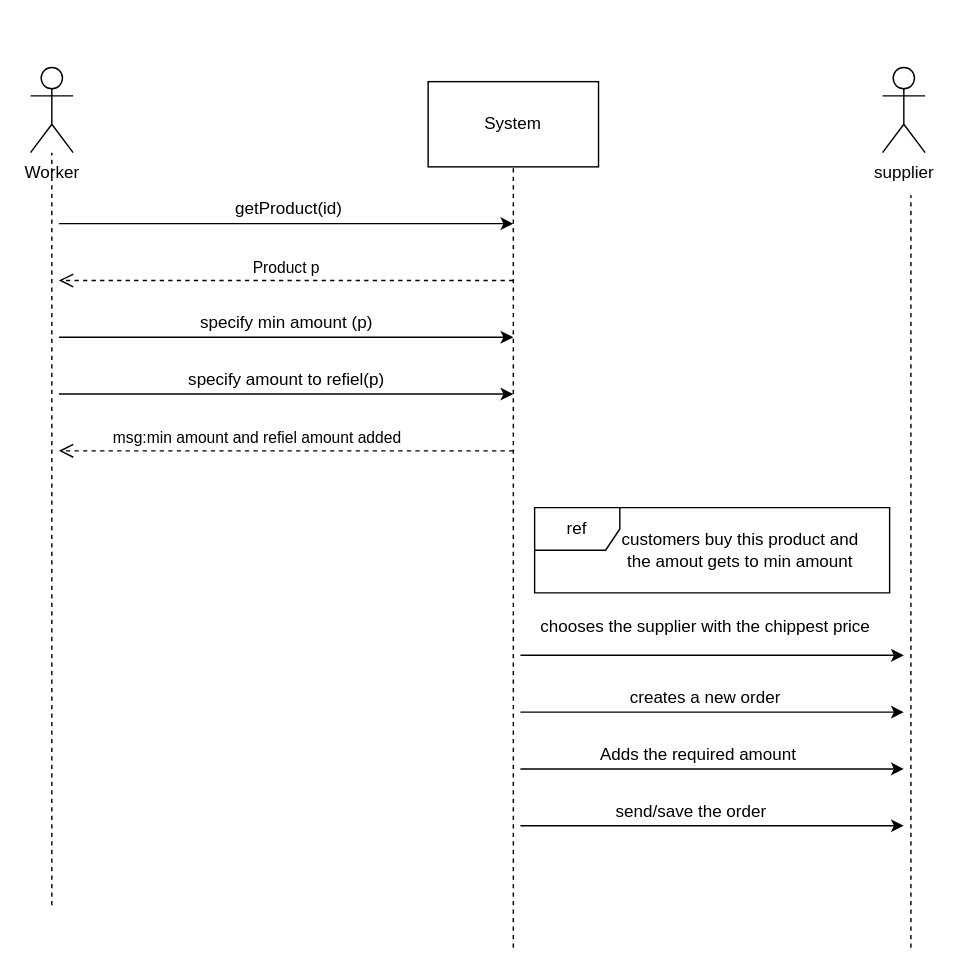
Above: docs/use case diagram/sequence diagram scenario f.drawio in Naveavra/Market (draw.io), before the change. Source tidied: cells renumbered, new cells numbered last; positions are measured from the earlier drawing's top-left corner, leaving out a move shared by most shapes. Both pictures are drawn from the tidied source at 142%, with x=0, y=0 at pixel (30, 67).
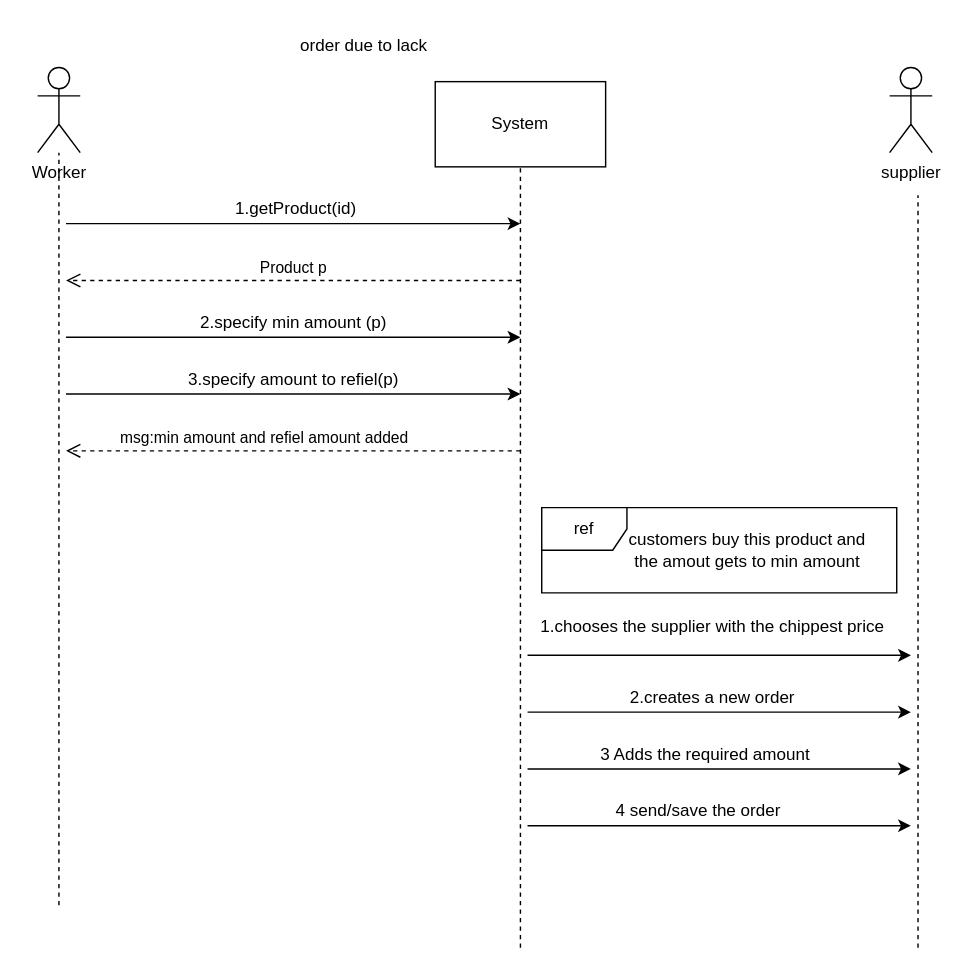
The same diagram, later.

The edit, as a diff of the source:
```diff
@@
     <mxCell id="2" value="Worker" style="shape=umlActor;verticalLabelPosition=bottom;verticalAlign=top;html=1;outlineConnect=0;" parent="1" vertex="1">
-      <mxGeometry width="30" height="60" as="geometry" />
+      <mxGeometry x="5" width="30" height="60" as="geometry" />
     </mxCell>
     <mxCell id="3" value="System" style="rounded=0;whiteSpace=wrap;html=1;" parent="1" vertex="1">
-      <mxGeometry x="280" y="10" width="120" height="60" as="geometry" />
+      <mxGeometry x="285" y="10" width="120" height="60" as="geometry" />
     </mxCell>
     <mxCell id="4" style="endArrow=none;dashed=1;html=1;rounded=0;" parent="1" edge="1" target="2">
       <mxGeometry relative="1" as="geometry">
-        <mxPoint x="15" y="590" as="sourcePoint" />
+        <mxPoint x="20" y="590" as="sourcePoint" />
       </mxGeometry>
     </mxCell>
     <mxCell id="5" style="endArrow=none;dashed=1;html=1;rounded=0;entryX=0.5;entryY=1;entryDx=0;entryDy=0;" parent="1" edge="1" target="3">
       <mxGeometry relative="1" as="geometry">
-        <mxPoint x="340" y="620" as="sourcePoint" />
+        <mxPoint x="345" y="620" as="sourcePoint" />
       </mxGeometry>
     </mxCell>
     <mxCell id="6" style="endArrow=classic;html=1;rounded=0;" parent="1" edge="1">
       <mxGeometry relative="1" as="geometry">
-        <mxPoint x="20" y="110" as="sourcePoint" />
-        <mxPoint x="340" y="110" as="targetPoint" />
+        <mxPoint x="25" y="110" as="sourcePoint" />
+        <mxPoint x="345" y="110" as="targetPoint" />
       </mxGeometry>
     </mxCell>
-    <mxCell id="7" value="&amp;nbsp;getProduct(id)" style="text;html=1;align=center;verticalAlign=middle;strokeColor=none;fillColor=none;" parent="1" vertex="1">
-      <mxGeometry x="135" y="90" width="90" height="20" as="geometry" />
+    <mxCell id="7" value="&amp;nbsp;1.getProduct(id)" style="text;html=1;align=center;verticalAlign=middle;strokeColor=none;fillColor=none;" parent="1" vertex="1">
+      <mxGeometry x="135" y="90" width="100" height="20" as="geometry" />
     </mxCell>
     <mxCell id="8" style="endArrow=classic;html=1;rounded=0;" parent="1" edge="1">
       <mxGeometry relative="1" as="geometry">
-        <mxPoint x="20" y="190" as="sourcePoint" />
-        <mxPoint x="340" y="190" as="targetPoint" />
+        <mxPoint x="25" y="190" as="sourcePoint" />
+        <mxPoint x="345" y="190" as="targetPoint" />
       </mxGeometry>
     </mxCell>
-    <mxCell id="9" value="specify min amount (p)" style="text;html=1;align=center;verticalAlign=middle;strokeColor=none;fillColor=none;" parent="1" vertex="1">
-      <mxGeometry x="110" y="170" width="140" height="20" as="geometry" />
+    <mxCell id="9" value="2.specify min amount (p)" style="text;html=1;align=center;verticalAlign=middle;strokeColor=none;fillColor=none;" parent="1" vertex="1">
+      <mxGeometry x="110" y="170" width="150" height="20" as="geometry" />
     </mxCell>
     <mxCell id="10" style="endArrow=none;dashed=1;html=1;rounded=0;" parent="1" edge="1">
       <mxGeometry relative="1" as="geometry">
-        <mxPoint x="620" y="620" as="sourcePoint" />
-        <mxPoint x="620" y="90" as="targetPoint" />
+        <mxPoint x="625" y="620" as="sourcePoint" />
+        <mxPoint x="625" y="90" as="targetPoint" />
       </mxGeometry>
     </mxCell>
     <mxCell id="11" style="endArrow=classic;html=1;rounded=0;" parent="1" edge="1">
       <mxGeometry relative="1" as="geometry">
-        <mxPoint x="345" y="414" as="sourcePoint" />
-        <mxPoint x="615" y="414" as="targetPoint" />
+        <mxPoint x="350" y="414" as="sourcePoint" />
+        <mxPoint x="620" y="414" as="targetPoint" />
       </mxGeometry>
     </mxCell>
-    <mxCell id="12" value="chooses the supplier with the chippest price" style="text;html=1;align=center;verticalAlign=middle;strokeColor=none;fillColor=none;" parent="1" vertex="1">
-      <mxGeometry x="350" y="384" width="250" height="20" as="geometry" />
+    <mxCell id="12" value="1.chooses the supplier with the chippest price" style="text;html=1;align=center;verticalAlign=middle;strokeColor=none;fillColor=none;" parent="1" vertex="1">
+      <mxGeometry x="350" y="384" width="260" height="20" as="geometry" />
     </mxCell>
     <mxCell id="13" style="endArrow=classic;html=1;rounded=0;" parent="1" edge="1">
       <mxGeometry relative="1" as="geometry">
-        <mxPoint x="345" y="454" as="sourcePoint" />
-        <mxPoint x="615" y="454" as="targetPoint" />
+        <mxPoint x="350" y="454" as="sourcePoint" />
+        <mxPoint x="620" y="454" as="targetPoint" />
       </mxGeometry>
     </mxCell>
-    <mxCell id="14" value="creates a new order" style="text;html=1;align=center;verticalAlign=middle;strokeColor=none;fillColor=none;" parent="1" vertex="1">
-      <mxGeometry x="415" y="434" width="120" height="20" as="geometry" />
+    <mxCell id="14" value="2.creates a new order" style="text;html=1;align=center;verticalAlign=middle;strokeColor=none;fillColor=none;" parent="1" vertex="1">
+      <mxGeometry x="415" y="434" width="130" height="20" as="geometry" />
     </mxCell>
     <mxCell id="15" style="endArrow=classic;html=1;rounded=0;" parent="1" edge="1">
       <mxGeometry relative="1" as="geometry">
-        <mxPoint x="345" y="494" as="sourcePoint" />
-        <mxPoint x="615" y="494" as="targetPoint" />
+        <mxPoint x="350" y="494" as="sourcePoint" />
+        <mxPoint x="620" y="494" as="targetPoint" />
       </mxGeometry>
     </mxCell>
-    <mxCell id="16" value="Adds the required amount" style="text;html=1;align=center;verticalAlign=middle;strokeColor=none;fillColor=none;" parent="1" vertex="1">
-      <mxGeometry x="395" y="474" width="150" height="20" as="geometry" />
+    <mxCell id="16" value="3 Adds the required amount" style="text;html=1;align=center;verticalAlign=middle;strokeColor=none;fillColor=none;" parent="1" vertex="1">
+      <mxGeometry x="395" y="474" width="160" height="20" as="geometry" />
     </mxCell>
     <mxCell id="17" style="endArrow=classic;html=1;rounded=0;" parent="1" edge="1">
       <mxGeometry relative="1" as="geometry">
-        <mxPoint x="345" y="534" as="sourcePoint" />
-        <mxPoint x="615" y="534" as="targetPoint" />
+        <mxPoint x="350" y="534" as="sourcePoint" />
+        <mxPoint x="620" y="534" as="targetPoint" />
       </mxGeometry>
     </mxCell>
-    <mxCell id="18" value="send/save the order" style="text;html=1;align=center;verticalAlign=middle;strokeColor=none;fillColor=none;" parent="1" vertex="1">
-      <mxGeometry x="405" y="514" width="120" height="20" as="geometry" />
+    <mxCell id="18" value="4 send/save the order" style="text;html=1;align=center;verticalAlign=middle;strokeColor=none;fillColor=none;" parent="1" vertex="1">
+      <mxGeometry x="405" y="514" width="130" height="20" as="geometry" />
     </mxCell>
     <mxCell id="19" value="supplier" style="shape=umlActor;verticalLabelPosition=bottom;verticalAlign=top;html=1;" parent="1" vertex="1">
-      <mxGeometry x="600" width="30" height="60" as="geometry" />
+      <mxGeometry x="605" width="30" height="60" as="geometry" />
     </mxCell>
     <mxCell id="20" value="Product p" style="html=1;verticalAlign=bottom;endArrow=open;dashed=1;endSize=8;rounded=0;" parent="1" edge="1">
       <mxGeometry relative="1" as="geometry">
-        <mxPoint x="340" y="150" as="sourcePoint" />
-        <mxPoint x="20" y="150" as="targetPoint" />
+        <mxPoint x="345" y="150" as="sourcePoint" />
+        <mxPoint x="25" y="150" as="targetPoint" />
       </mxGeometry>
     </mxCell>
     <mxCell id="21" style="endArrow=classic;html=1;rounded=0;" parent="1" edge="1">
       <mxGeometry relative="1" as="geometry">
-        <mxPoint x="20" y="230" as="sourcePoint" />
-        <mxPoint x="340" y="230" as="targetPoint" />
+        <mxPoint x="25" y="230" as="sourcePoint" />
+        <mxPoint x="345" y="230" as="targetPoint" />
       </mxGeometry>
     </mxCell>
-    <mxCell id="22" value="specify amount to refiel(p)" style="text;html=1;align=center;verticalAlign=middle;strokeColor=none;fillColor=none;" parent="1" vertex="1">
-      <mxGeometry x="105" y="210" width="150" height="20" as="geometry" />
+    <mxCell id="22" value="3.specify amount to refiel(p)" style="text;html=1;align=center;verticalAlign=middle;strokeColor=none;fillColor=none;" parent="1" vertex="1">
+      <mxGeometry x="105" y="210" width="160" height="20" as="geometry" />
     </mxCell>
     <mxCell id="23" value="msg:min amount and refiel amount added&amp;nbsp;" style="html=1;verticalAlign=bottom;endArrow=open;dashed=1;endSize=8;rounded=0;" parent="1" edge="1">
       <mxGeometry x="0.12" relative="1" as="geometry">
-        <mxPoint x="340" y="270" as="sourcePoint" />
-        <mxPoint x="20" y="270" as="targetPoint" />
+        <mxPoint x="345" y="270" as="sourcePoint" />
+        <mxPoint x="25" y="270" as="targetPoint" />
         <Array as="points">
-          <mxPoint x="190" y="270" />
+          <mxPoint x="195" y="270" />
         </Array>
       </mxGeometry>
     </mxCell>
     <mxCell id="24" value="ref" style="shape=umlFrame;whiteSpace=wrap;html=1;" parent="1" vertex="1">
-      <mxGeometry x="355" y="310" width="250" height="60" as="geometry" />
+      <mxGeometry x="360" y="310" width="250" height="60" as="geometry" />
     </mxCell>
     <mxCell id="25" value="customers buy this product and the amout gets to min amount" style="text;html=1;strokeColor=none;fillColor=none;align=center;verticalAlign=middle;whiteSpace=wrap;rounded=0;" parent="1" vertex="1">
-      <mxGeometry x="410" y="325" width="180" height="30" as="geometry" />
+      <mxGeometry x="415" y="325" width="180" height="30" as="geometry" />
     </mxCell>
+    <mxCell id="26" value="order due to lack" style="text;html=1;strokeColor=none;fillColor=none;align=center;verticalAlign=middle;whiteSpace=wrap;rounded=0;" parent="1" vertex="1">
+      <mxGeometry x="175" y="-30" width="120" height="30" as="geometry" />
+    </mxCell>
```
